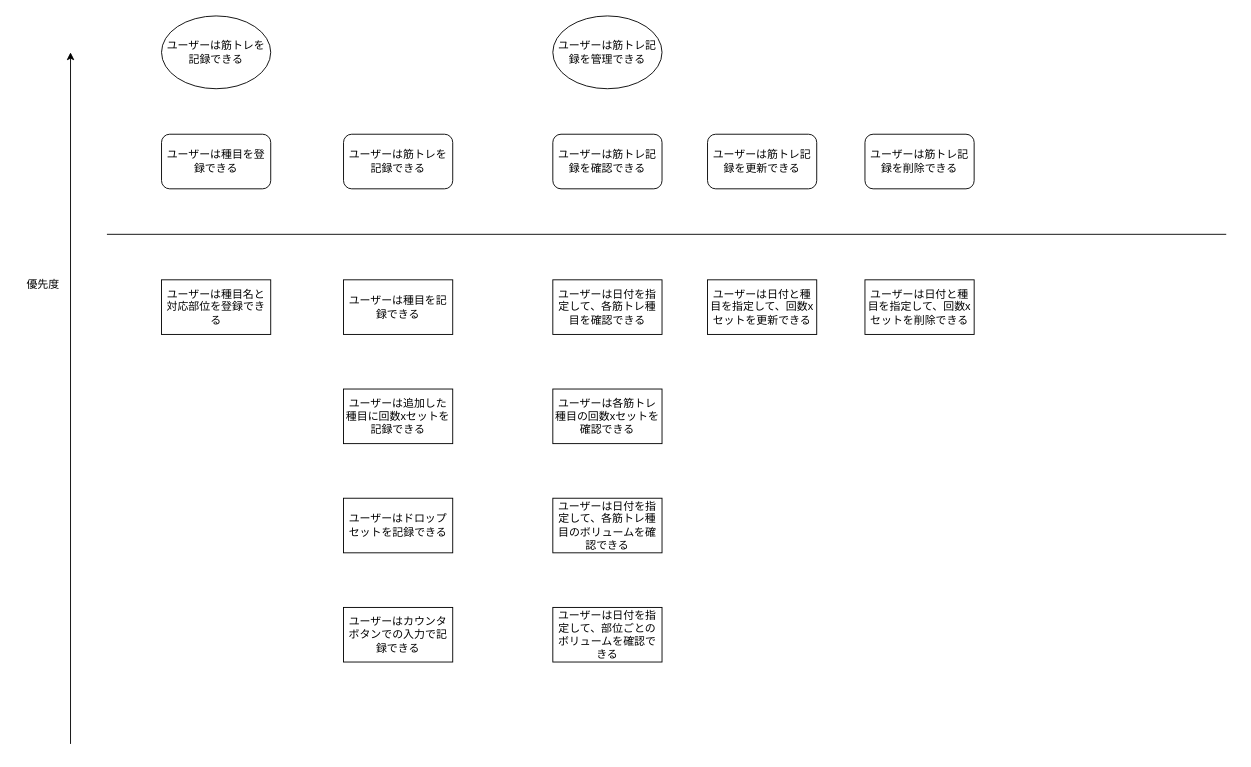
toppy777/pump-track keeps this draw.io diagram as PumpTrack.drawio. Above is the earlier version. Source tidied: cells renumbered, new cells numbered last; positions are measured from the earlier drawing's top-left corner, leaving out a move shared by most shapes. Both pictures are drawn from the tidied source at 91%, with x=0, y=0 at pixel (15, 15).
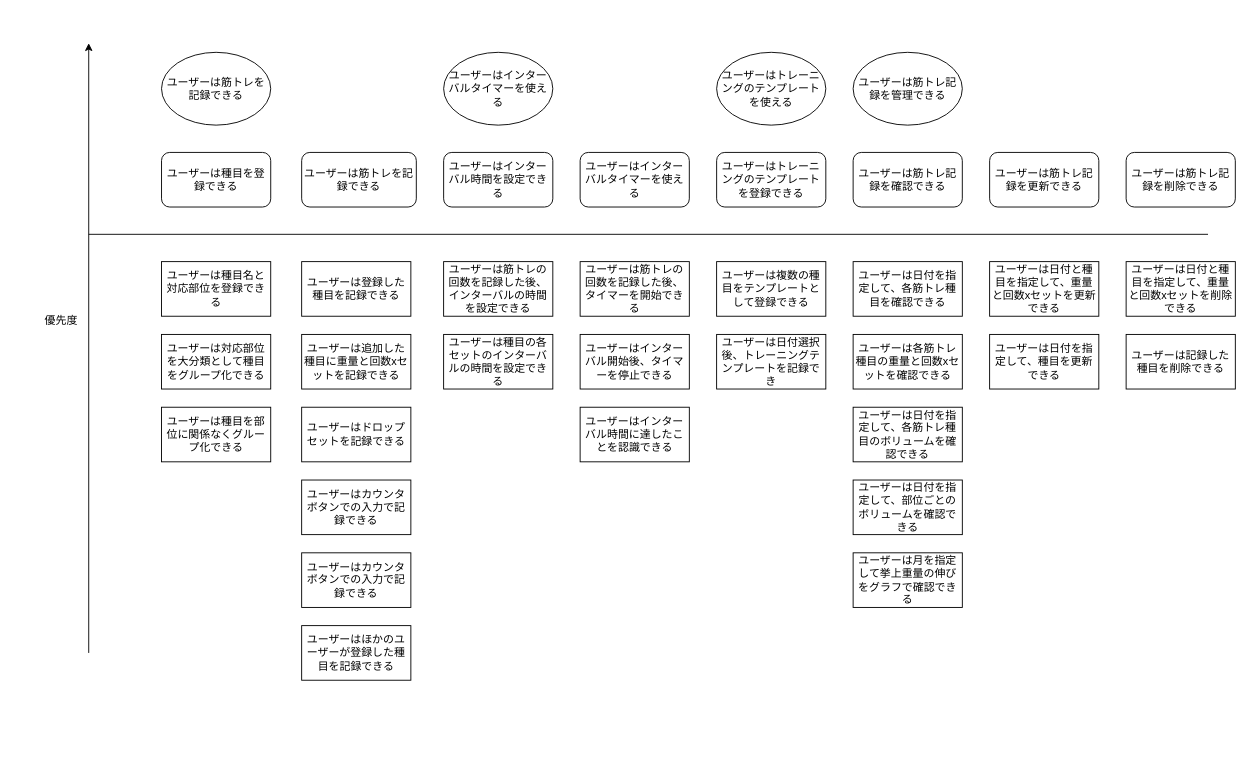
Above is the later version.

Change to the diagram source:
```diff
@@
     <mxCell id="2" value="ユーザーは種目名と対応部位を登録できる" style="rounded=0;whiteSpace=wrap;html=1;" parent="1" vertex="1">
-      <mxGeometry x="160" y="290" width="120" height="60" as="geometry" />
+      <mxGeometry x="160" y="270" width="120" height="60" as="geometry" />
     </mxCell>
     <mxCell id="3" value="ユーザーは筋トレを記録できる" style="ellipse;whiteSpace=wrap;html=1;" parent="1" vertex="1">
-      <mxGeometry x="160" width="120" height="80" as="geometry" />
+      <mxGeometry x="160" y="40" width="120" height="80" as="geometry" />
     </mxCell>
     <mxCell id="4" value="ユーザーは筋トレ記録を管理できる" style="ellipse;whiteSpace=wrap;html=1;" parent="1" vertex="1">
-      <mxGeometry x="590" width="120" height="80" as="geometry" />
+      <mxGeometry x="920" y="40" width="120" height="80" as="geometry" />
     </mxCell>
     <mxCell id="5" value="ユーザーは筋トレを記録できる" style="rounded=1;whiteSpace=wrap;html=1;" parent="1" vertex="1">
-      <mxGeometry x="360" y="130" width="120" height="60" as="geometry" />
+      <mxGeometry x="314" y="150" width="126" height="60" as="geometry" />
     </mxCell>
     <mxCell id="6" value="ユーザーは種目を登録できる" style="rounded=1;whiteSpace=wrap;html=1;" parent="1" vertex="1">
-      <mxGeometry x="160" y="130" width="120" height="60" as="geometry" />
+      <mxGeometry x="160" y="150" width="120" height="60" as="geometry" />
     </mxCell>
-    <mxCell id="7" value="ユーザーは種目を記録できる" style="rounded=0;whiteSpace=wrap;html=1;" parent="1" vertex="1">
-      <mxGeometry x="360" y="290" width="120" height="60" as="geometry" />
+    <mxCell id="7" value="ユーザーは登録した種目を記録できる" style="rounded=0;whiteSpace=wrap;html=1;" parent="1" vertex="1">
+      <mxGeometry x="314" y="270" width="120" height="60" as="geometry" />
     </mxCell>
-    <mxCell id="8" value="ユーザーは追加した種目に回数xセットを記録できる" style="rounded=0;whiteSpace=wrap;html=1;" parent="1" vertex="1">
-      <mxGeometry x="360" y="410" width="120" height="60" as="geometry" />
+    <mxCell id="8" value="ユーザーは追加した種目に重量と回数xセットを記録できる" style="rounded=0;whiteSpace=wrap;html=1;" parent="1" vertex="1">
+      <mxGeometry x="314" y="350" width="120" height="60" as="geometry" />
     </mxCell>
     <mxCell id="9" value="ユーザーは筋トレ記録を更新できる" style="rounded=1;whiteSpace=wrap;html=1;" parent="1" vertex="1">
-      <mxGeometry x="760" y="130" width="120" height="60" as="geometry" />
+      <mxGeometry x="1070" y="150" width="120" height="60" as="geometry" />
     </mxCell>
     <mxCell id="10" value="ユーザーは筋トレ記録を削除できる" style="rounded=1;whiteSpace=wrap;html=1;" parent="1" vertex="1">
-      <mxGeometry x="933" y="130" width="120" height="60" as="geometry" />
+      <mxGeometry x="1220" y="150" width="120" height="60" as="geometry" />
     </mxCell>
     <mxCell id="11" style="endArrow=none;html=1;rounded=0;" parent="1" edge="1">
       <mxGeometry relative="1" as="geometry">
-        <mxPoint x="100" y="240" as="sourcePoint" />
-        <mxPoint x="1330" y="240" as="targetPoint" />
+        <mxPoint x="80" y="240" as="sourcePoint" />
+        <mxPoint x="1310" y="240" as="targetPoint" />
       </mxGeometry>
     </mxCell>
-    <mxCell id="12" value="ユーザーは日付と種目を指定して、回数xセットを更新できる" style="rounded=0;whiteSpace=wrap;html=1;" parent="1" vertex="1">
-      <mxGeometry x="760" y="290" width="120" height="60" as="geometry" />
+    <mxCell id="12" value="ユーザーは日付と種目を指定して、重量と回数xセットを更新できる" style="rounded=0;whiteSpace=wrap;html=1;" parent="1" vertex="1">
+      <mxGeometry x="1070" y="270" width="120" height="60" as="geometry" />
     </mxCell>
-    <mxCell id="13" value="ユーザーは日付と種目を指定して、回数xセットを削除できる" style="rounded=0;whiteSpace=wrap;html=1;" parent="1" vertex="1">
-      <mxGeometry x="933" y="290" width="120" height="60" as="geometry" />
+    <mxCell id="13" value="ユーザーは日付と種目を指定して、重量と回数xセットを削除できる" style="rounded=0;whiteSpace=wrap;html=1;" parent="1" vertex="1">
+      <mxGeometry x="1220" y="270" width="120" height="60" as="geometry" />
     </mxCell>
     <mxCell id="14" value="ユーザーは筋トレ記録を確認できる" style="rounded=1;whiteSpace=wrap;html=1;" parent="1" vertex="1">
-      <mxGeometry x="590" y="130" width="120" height="60" as="geometry" />
+      <mxGeometry x="920" y="150" width="120" height="60" as="geometry" />
     </mxCell>
     <mxCell id="15" value="ユーザーは日付を指定して、各筋トレ種目を確認できる" style="rounded=0;whiteSpace=wrap;html=1;" parent="1" vertex="1">
-      <mxGeometry x="590" y="290" width="120" height="60" as="geometry" />
+      <mxGeometry x="920" y="270" width="120" height="60" as="geometry" />
     </mxCell>
-    <mxCell id="16" value="ユーザーは各筋トレ種目の回数xセットを確認できる" style="rounded=0;whiteSpace=wrap;html=1;" parent="1" vertex="1">
-      <mxGeometry x="590" y="410" width="120" height="60" as="geometry" />
+    <mxCell id="16" value="ユーザーは各筋トレ種目の重量と回数xセットを確認できる" style="rounded=0;whiteSpace=wrap;html=1;" parent="1" vertex="1">
+      <mxGeometry x="920" y="350" width="120" height="60" as="geometry" />
     </mxCell>
     <mxCell id="17" value="優先度" style="text;html=1;align=center;verticalAlign=middle;whiteSpace=wrap;rounded=0;" parent="1" vertex="1">
-      <mxGeometry y="280" width="60" height="30" as="geometry" />
+      <mxGeometry x="20" y="320" width="60" height="30" as="geometry" />
     </mxCell>
     <mxCell id="18" value="ユーザーは日付を指定して、各筋トレ種目のボリュームを確認できる" style="rounded=0;whiteSpace=wrap;html=1;" parent="1" vertex="1">
-      <mxGeometry x="590" y="530" width="120" height="60" as="geometry" />
+      <mxGeometry x="920" y="430" width="120" height="60" as="geometry" />
     </mxCell>
     <mxCell id="19" value="ユーザーは日付を指定して、部位ごとのボリュームを確認できる" style="rounded=0;whiteSpace=wrap;html=1;" parent="1" vertex="1">
-      <mxGeometry x="590" y="650" width="120" height="60" as="geometry" />
+      <mxGeometry x="920" y="510" width="120" height="60" as="geometry" />
     </mxCell>
     <mxCell id="20" style="endArrow=classic;html=1;rounded=0;" parent="1" edge="1">
       <mxGeometry relative="1" as="geometry">
-        <mxPoint x="60" y="800" as="sourcePoint" />
-        <mxPoint x="60" y="40" as="targetPoint" />
+        <mxPoint x="80" y="700" as="sourcePoint" />
+        <mxPoint x="80" y="30" as="targetPoint" />
       </mxGeometry>
     </mxCell>
     <mxCell id="21" value="ユーザーはドロップセットを記録できる" style="rounded=0;whiteSpace=wrap;html=1;" parent="1" vertex="1">
-      <mxGeometry x="360" y="530" width="120" height="60" as="geometry" />
+      <mxGeometry x="314" y="430" width="120" height="60" as="geometry" />
     </mxCell>
     <mxCell id="22" value="ユーザーはカウンタボタンでの入力で記録できる" style="rounded=0;whiteSpace=wrap;html=1;" parent="1" vertex="1">
-      <mxGeometry x="360" y="650" width="120" height="60" as="geometry" />
+      <mxGeometry x="314" y="510" width="120" height="60" as="geometry" />
     </mxCell>
+    <mxCell id="23" value="ユーザーはカウンタボタンでの入力で記録できる" style="rounded=0;whiteSpace=wrap;html=1;" parent="1" vertex="1">
+      <mxGeometry x="314" y="590" width="120" height="60" as="geometry" />
+    </mxCell>
+    <mxCell id="24" value="ユーザーは記録した種目を削除できる" style="rounded=0;whiteSpace=wrap;html=1;" parent="1" vertex="1">
+      <mxGeometry x="1220" y="350" width="120" height="60" as="geometry" />
+    </mxCell>
+    <mxCell id="25" value="ユーザーはほかのユーザーが登録した種目を記録できる" style="rounded=0;whiteSpace=wrap;html=1;" parent="1" vertex="1">
+      <mxGeometry x="314" y="670" width="120" height="60" as="geometry" />
+    </mxCell>
+    <mxCell id="26" value="ユーザーは月を指定して挙上重量の伸びをグラフで確認できる" style="rounded=0;whiteSpace=wrap;html=1;" parent="1" vertex="1">
+      <mxGeometry x="920" y="590" width="120" height="60" as="geometry" />
+    </mxCell>
+    <mxCell id="27" value="ユーザーは日付を指定して、種目を更新できる" style="rounded=0;whiteSpace=wrap;html=1;" parent="1" vertex="1">
+      <mxGeometry x="1070" y="350" width="120" height="60" as="geometry" />
+    </mxCell>
+    <mxCell id="28" value="ユーザーはインターバル時間を設定できる" style="rounded=1;whiteSpace=wrap;html=1;" parent="1" vertex="1">
+      <mxGeometry x="470" y="150" width="120" height="60" as="geometry" />
+    </mxCell>
+    <mxCell id="29" value="ユーザーはインターバルタイマーを使える" style="ellipse;whiteSpace=wrap;html=1;" parent="1" vertex="1">
+      <mxGeometry x="470" y="40" width="120" height="80" as="geometry" />
+    </mxCell>
+    <mxCell id="30" value="ユーザーは対応部位を大分類として種目をグループ化できる" style="rounded=0;whiteSpace=wrap;html=1;" parent="1" vertex="1">
+      <mxGeometry x="160" y="350" width="120" height="60" as="geometry" />
+    </mxCell>
+    <mxCell id="31" value="ユーザーは種目を部位に関係なくグループ化できる" style="rounded=0;whiteSpace=wrap;html=1;" parent="1" vertex="1">
+      <mxGeometry x="160" y="430" width="120" height="60" as="geometry" />
+    </mxCell>
+    <mxCell id="32" value="ユーザーはトレーニングのテンプレートを使える" style="ellipse;whiteSpace=wrap;html=1;" parent="1" vertex="1">
+      <mxGeometry x="770" y="40" width="120" height="80" as="geometry" />
+    </mxCell>
+    <mxCell id="33" value="ユーザーはトレーニングのテンプレートを登録できる" style="rounded=1;whiteSpace=wrap;html=1;" parent="1" vertex="1">
+      <mxGeometry x="770" y="150" width="120" height="60" as="geometry" />
+    </mxCell>
+    <mxCell id="34" value="ユーザーは種目の各セットのインターバルの時間を設定できる" style="rounded=0;whiteSpace=wrap;html=1;" parent="1" vertex="1">
+      <mxGeometry x="470" y="350" width="120" height="60" as="geometry" />
+    </mxCell>
+    <mxCell id="35" value="ユーザーは筋トレの回数を記録した後、インターバルの時間を設定できる" style="rounded=0;whiteSpace=wrap;html=1;" parent="1" vertex="1">
+      <mxGeometry x="470" y="270" width="120" height="60" as="geometry" />
+    </mxCell>
+    <mxCell id="36" value="ユーザーは筋トレの回数を記録した後、タイマーを開始できる" style="rounded=0;whiteSpace=wrap;html=1;" parent="1" vertex="1">
+      <mxGeometry x="620" y="270" width="120" height="60" as="geometry" />
+    </mxCell>
+    <mxCell id="37" value="ユーザーはインターバル開始後、タイマーを停止できる" style="rounded=0;whiteSpace=wrap;html=1;" parent="1" vertex="1">
+      <mxGeometry x="620" y="350" width="120" height="60" as="geometry" />
+    </mxCell>
+    <mxCell id="38" value="ユーザーはインターバル時間に達したことを認識できる" style="rounded=0;whiteSpace=wrap;html=1;" parent="1" vertex="1">
+      <mxGeometry x="620" y="430" width="120" height="60" as="geometry" />
+    </mxCell>
+    <mxCell id="39" value="ユーザーはインターバルタイマーを使える" style="rounded=1;whiteSpace=wrap;html=1;" parent="1" vertex="1">
+      <mxGeometry x="620" y="150" width="120" height="60" as="geometry" />
+    </mxCell>
+    <mxCell id="40" value="ユーザーは複数の種目をテンプレートとして登録できる" style="rounded=0;whiteSpace=wrap;html=1;" parent="1" vertex="1">
+      <mxGeometry x="770" y="270" width="120" height="60" as="geometry" />
+    </mxCell>
+    <mxCell id="41" value="ユーザーは日付選択後、トレーニングテンプレートを記録でき" style="rounded=0;whiteSpace=wrap;html=1;" parent="1" vertex="1">
+      <mxGeometry x="770" y="350" width="120" height="60" as="geometry" />
+    </mxCell>
```
